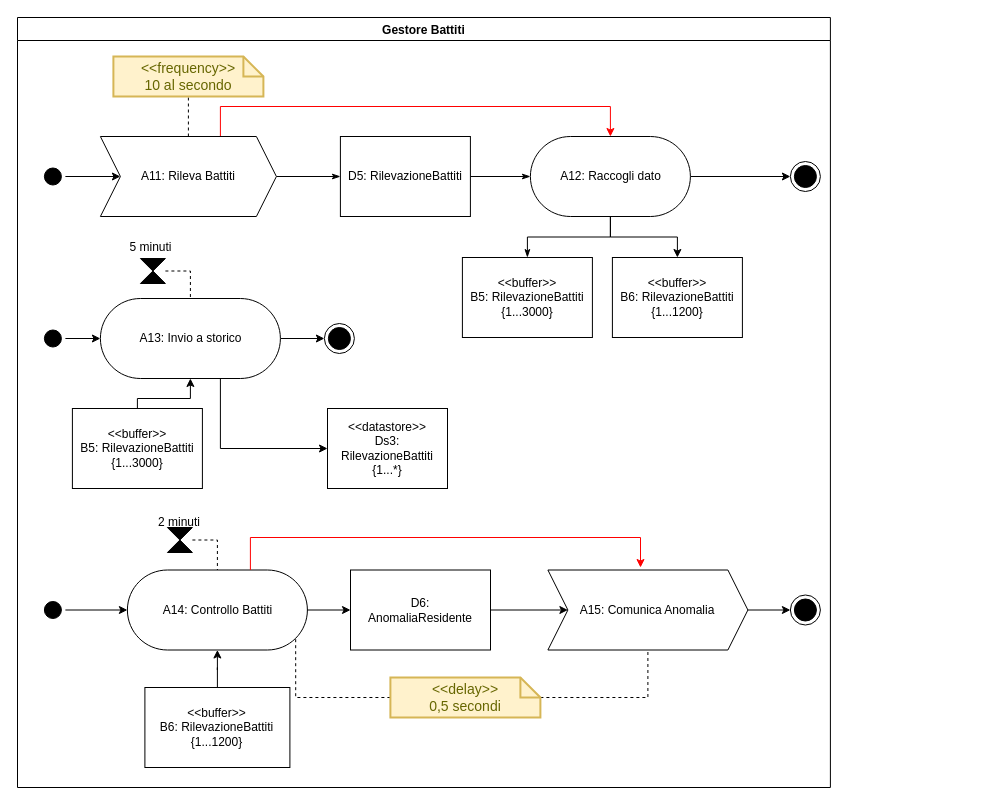
Earlier version of the draw.io diagram page "Gestore Battiti" (4 of 7) of Progetto/Diagrammi_Attivita/DiagrammiAttivita.drawio (Wonderjack996/unimib-software-architecture). Source tidied: cells renumbered, new cells numbered last; positions are measured from the earlier drawing's top-left corner, leaving out a move shared by most shapes. Both pictures are drawn from the tidied source at 100%, with x=0, y=0 at pixel (17, 17).
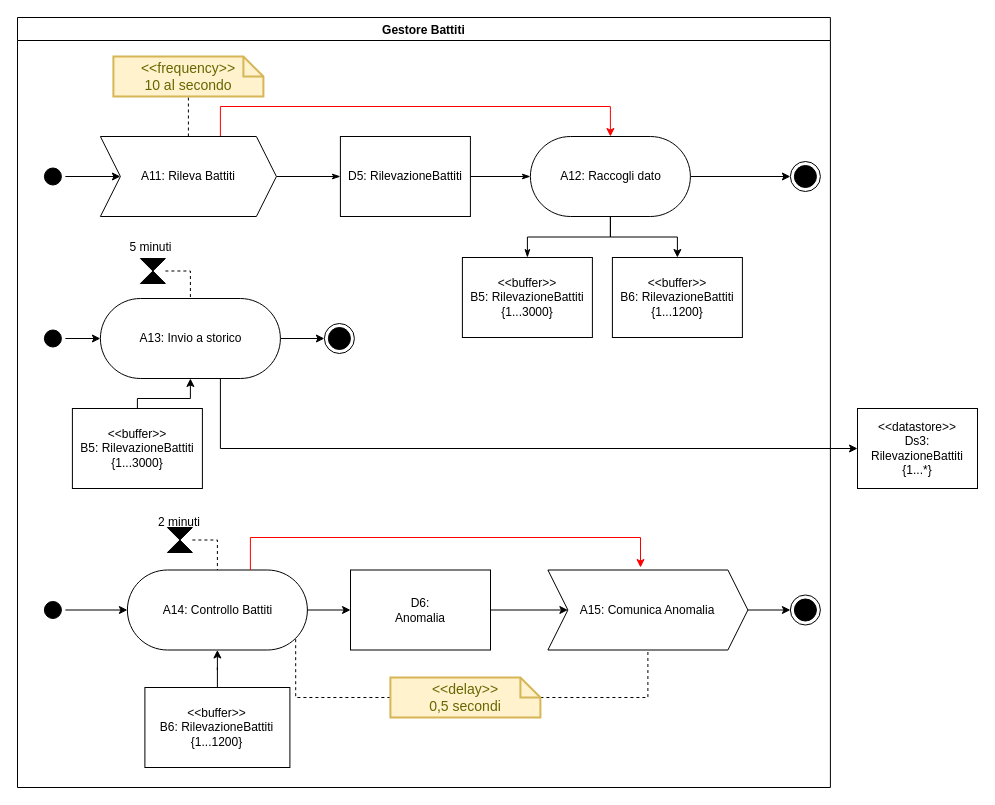
Above is the later version.

Unchanged cells that the change refers to:
```xml
<mxCell id="17" value="Gestore Battiti" style="swimlane;" parent="1" vertex="1">
  <mxGeometry width="812.9" height="770" as="geometry" />
</mxCell>
<mxCell id="20" value="&lt;div&gt;A13: Invio a storico&lt;/div&gt;" style="html=1;dashed=0;whitespace=wrap;shape=mxgraph.dfd.start;" parent="17" vertex="1">
  <mxGeometry x="82.9" y="281" width="180" height="80" as="geometry" />
</mxCell>
```

What changed in the source:
```diff
@@
-    <mxCell id="38" value="D6:&lt;br&gt;AnomaliaResidente" style="rounded=0;whiteSpace=wrap;html=1;" parent="17" vertex="1">
+    <mxCell id="38" value="D6:&lt;br&gt;Anomalia" style="rounded=0;whiteSpace=wrap;html=1;" parent="17" vertex="1">
       <mxGeometry x="333" y="552.5" width="140" height="80" as="geometry" />
     </mxCell>
@@
-    <mxCell id="47" value="&lt;div&gt;&amp;lt;&amp;lt;datastore&amp;gt;&amp;gt;&lt;/div&gt;&lt;div&gt;Ds3:&lt;/div&gt;&lt;div&gt;RilevazioneBattiti&lt;/div&gt;&lt;div&gt;{1...*}&lt;br&gt;&lt;/div&gt;" style="rounded=0;whiteSpace=wrap;html=1;" parent="17" vertex="1">
-      <mxGeometry x="310" y="391" width="120" height="80" as="geometry" />
+    <mxCell id="47" value="&lt;div&gt;&amp;lt;&amp;lt;datastore&amp;gt;&amp;gt;&lt;/div&gt;&lt;div&gt;Ds3:&lt;/div&gt;&lt;div&gt;RilevazioneBattiti&lt;/div&gt;&lt;div&gt;{1...*}&lt;br&gt;&lt;/div&gt;" style="rounded=0;whiteSpace=wrap;html=1;" parent="1" vertex="1">
+      <mxGeometry x="840" y="391" width="120" height="80" as="geometry" />
     </mxCell>
-    <mxCell id="48" style="edgeStyle=orthogonalEdgeStyle;rounded=0;jettySize=auto;html=1;entryX=0;entryY=0.5;entryDx=0;entryDy=0;strokeColor=#000000;endArrow=classic;endFill=1;" parent="17" edge="1" source="20" target="47">
+    <mxCell id="48" style="edgeStyle=orthogonalEdgeStyle;rounded=0;jettySize=auto;html=1;entryX=0;entryY=0.5;entryDx=0;entryDy=0;strokeColor=#000000;endArrow=classic;endFill=1;" parent="1" edge="1" source="20" target="47">
       <mxGeometry relative="1" as="geometry">
         <Array as="points">
           <mxPoint x="202.9" y="431" />
         </Array>
       </mxGeometry>
     </mxCell>
```
